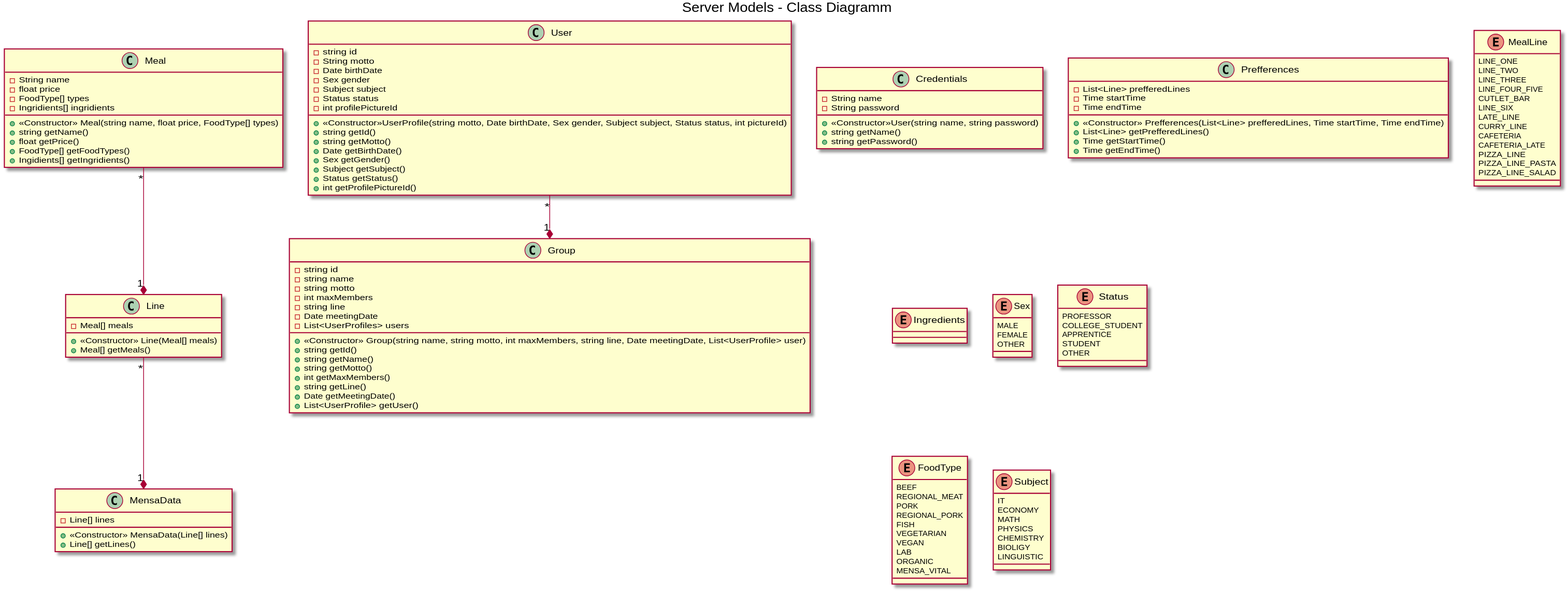
Earlier version of the PlantUML export 2 Entwurf/Klassendiagramme/serverModelsCD.svg (itzMatze/PSE-Team02).
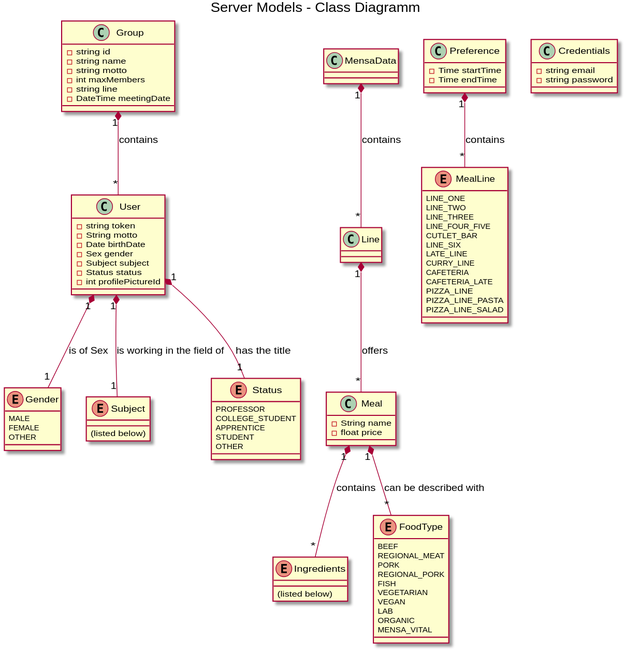
After the commit.

What changed in the source:
```diff
@@ -1,34 +1,29 @@
 @startuml
 title Server Models - Class Diagramm
 
-Group "1" *-up- "*" User
-Line "1" *-up- "*" Meal
-MensaData "1" *-up- "*" Line
+Group "1" *-- "*" User : contains
+Line "1" *-- "*" Meal : offers
+MensaData "1" *-- "*" Line : contains
+Preference "1" *-- "*" MealLine : contains
+Meal "1" *-- "*" Ingredients : contains
+Meal "1" *-- "*" FoodType : can be described with
+User "1" *-- "1" Gender : is of Sex
+User "1" *-- "1" Subject : is working in the field of
+User "1" *-- "1" Status : has the title
 
 class Credentials {
-  -String name
-  -String password
-  +<<Constructor>>User(string name, string password)
-  +string getName()
-  +string getPassword()
+  -string email
+  -string password
 }
 
 class User {
-  -string id
+  -string token
   -String motto
   -Date birthDate
   -Sex gender
   -Subject subject
   -Status status
   -int profilePictureId
-  +<<Constructor>>UserProfile(string motto, Date birthDate, Sex gender, Subject subject, Status status, int pictureId)
-  +string getId()
-  +string getMotto()
-  +Date getBirthDate()
-  +Sex getGender()
-  +Subject getSubject()
-  +Status getStatus()
-  +int getProfilePictureId()
 }
 
 class Group {
@@ -37,50 +32,23 @@
   -string motto
   -int maxMembers
   -string line
-  -Date meetingDate
-  -List<UserProfiles> users
-  +<<Constructor>> Group(string name, string motto, int maxMembers, string line, Date meetingDate, List<UserProfile> user)
-  +string getId()
-  +string getName()
-  +string getMotto()
-  +int getMaxMembers()
-  +string getLine()
-  +Date getMeetingDate()
-  +List<UserProfile> getUser()
+  -DateTime meetingDate
 }
 
 class Meal {
   -String name
   -float price
-  -FoodType[] types
-  -Ingridients[] ingridients
-  +<<Constructor>> Meal(string name, float price, FoodType[] types)
-  +string getName()
-  +float getPrice()
-  +FoodType[] getFoodTypes()
-  +Ingidients[] getIngridients()
 }
 
 class Line {
-  -Meal[] meals
-  +<<Constructor>> Line(Meal[] meals)
-  +Meal[] getMeals()
 }
 
 class MensaData {
-  -Line[] lines
-  +<<Constructor>> MensaData(Line[] lines)
-  +Line[] getLines()
 }
 
-class Prefferences {
-  -List<Line> prefferedLines
+class Preference {
   -Time startTime
   -Time endTime
-  +<<Constructor>> Prefferences(List<Line> prefferedLines, Time startTime, Time endTime)
-  +List<Line> getPrefferedLines()
-  +Time getStartTime()
-  +Time getEndTime()
 }
 
 enum MealLine {
@@ -100,9 +68,10 @@
 }
 
 enum Ingredients {
+  (listed below)
 }
 
-enum Sex {
+enum Gender {
   MALE
   FEMALE
   OTHER
@@ -130,12 +99,6 @@
 }
 
 enum Subject {
-  IT
-  ECONOMY
-  MATH
-  PHYSICS
-  CHEMISTRY
-  BIOLIGY
-  LINGUISTIC
+  (listed below)
 }
 @enduml
```
